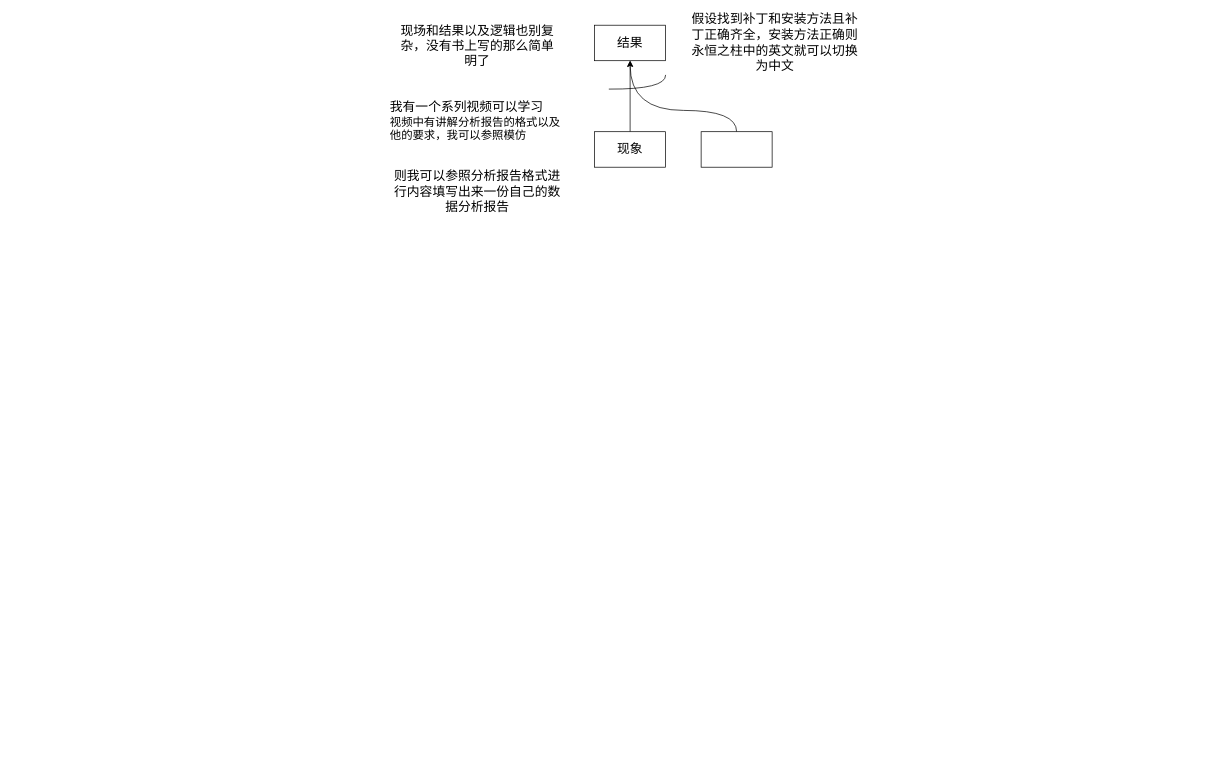
The draw.io diagram Test.drawio in gitpigzhusj/draw.io, before the edit. Source tidied: cells renumbered, new cells numbered last; positions are measured from the earlier drawing's top-left corner, leaving out a move shared by most shapes. Both pictures are drawn from the tidied source at 71%, with x=0, y=0 at pixel (388, 18).
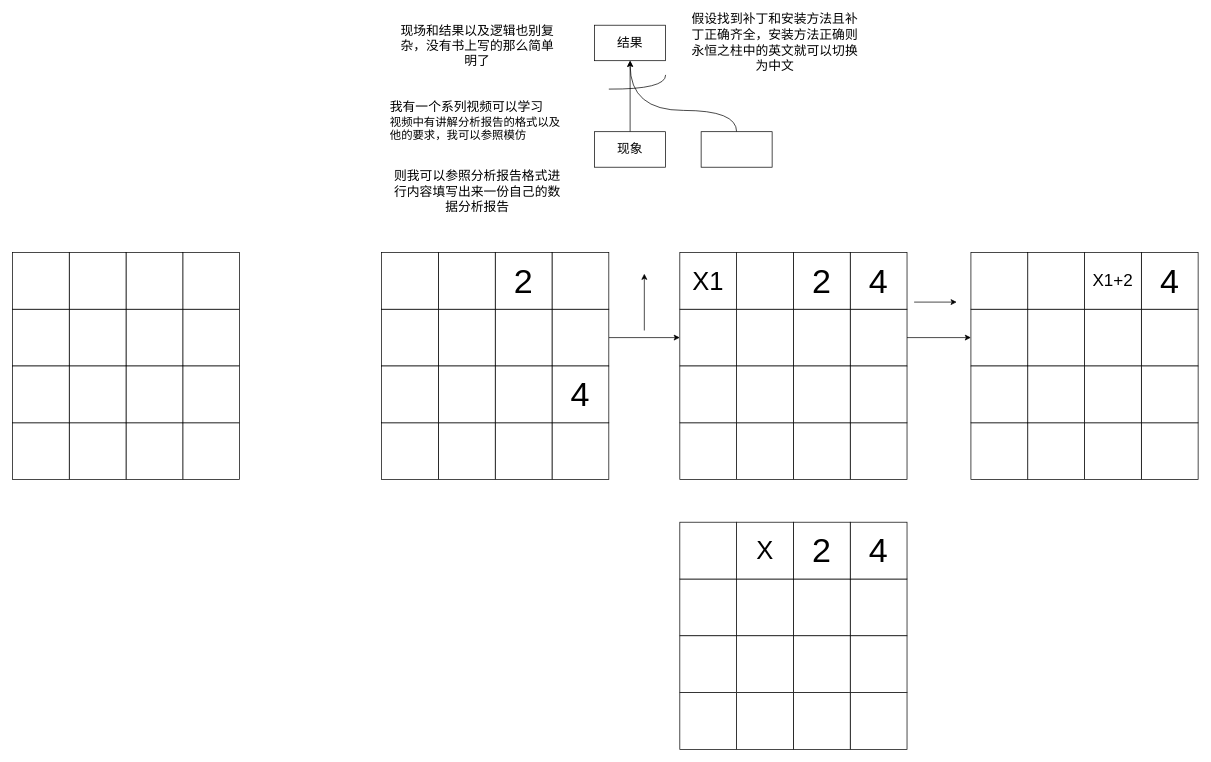
After the change.

What changed in the source:
```diff
@@
+    <mxCell id="12" style="whiteSpace=wrap;html=1;" parent="1" vertex="1">
+      <mxGeometry x="-290" y="570" width="80" height="80" as="geometry" />
+    </mxCell>
+    <mxCell id="13" style="whiteSpace=wrap;html=1;" parent="1" vertex="1">
+      <mxGeometry x="-290" y="410" width="80" height="80" as="geometry" />
+    </mxCell>
+    <mxCell id="14" style="whiteSpace=wrap;html=1;" parent="1" vertex="1">
+      <mxGeometry x="-370" y="410" width="80" height="80" as="geometry" />
+    </mxCell>
+    <mxCell id="15" style="whiteSpace=wrap;html=1;" parent="1" vertex="1">
+      <mxGeometry x="-450" y="410" width="80" height="80" as="geometry" />
+    </mxCell>
+    <mxCell id="16" style="whiteSpace=wrap;html=1;" parent="1" vertex="1">
+      <mxGeometry x="-530" y="410" width="80" height="80" as="geometry" />
+    </mxCell>
+    <mxCell id="17" style="whiteSpace=wrap;html=1;" parent="1" vertex="1">
+      <mxGeometry x="-290" y="330" width="80" height="80" as="geometry" />
+    </mxCell>
+    <mxCell id="18" style="whiteSpace=wrap;html=1;" parent="1" vertex="1">
+      <mxGeometry x="-370" y="330" width="80" height="80" as="geometry" />
+    </mxCell>
+    <mxCell id="19" style="whiteSpace=wrap;html=1;" parent="1" vertex="1">
+      <mxGeometry x="-450" y="330" width="80" height="80" as="geometry" />
+    </mxCell>
+    <mxCell id="20" style="whiteSpace=wrap;html=1;" parent="1" vertex="1">
+      <mxGeometry x="-530" y="330" width="80" height="80" as="geometry" />
+    </mxCell>
+    <mxCell id="21" style="whiteSpace=wrap;html=1;" parent="1" vertex="1">
+      <mxGeometry x="-370" y="570" width="80" height="80" as="geometry" />
+    </mxCell>
+    <mxCell id="22" style="whiteSpace=wrap;html=1;" parent="1" vertex="1">
+      <mxGeometry x="-450" y="570" width="80" height="80" as="geometry" />
+    </mxCell>
+    <mxCell id="23" style="whiteSpace=wrap;html=1;" parent="1" vertex="1">
+      <mxGeometry x="-530" y="570" width="80" height="80" as="geometry" />
+    </mxCell>
+    <mxCell id="24" style="whiteSpace=wrap;html=1;" parent="1" vertex="1">
+      <mxGeometry x="-290" y="490" width="80" height="80" as="geometry" />
+    </mxCell>
+    <mxCell id="25" style="whiteSpace=wrap;html=1;" parent="1" vertex="1">
+      <mxGeometry x="-370" y="490" width="80" height="80" as="geometry" />
+    </mxCell>
+    <mxCell id="26" style="whiteSpace=wrap;html=1;" parent="1" vertex="1">
+      <mxGeometry x="-450" y="490" width="80" height="80" as="geometry" />
+    </mxCell>
+    <mxCell id="27" style="whiteSpace=wrap;html=1;" parent="1" vertex="1">
+      <mxGeometry x="-530" y="490" width="80" height="80" as="geometry" />
+    </mxCell>
+    <mxCell id="28" style="whiteSpace=wrap;html=1;" parent="1" vertex="1">
+      <mxGeometry x="230" y="570" width="80" height="80" as="geometry" />
+    </mxCell>
+    <mxCell id="29" style="edgeStyle=orthogonalEdgeStyle;rounded=0;jettySize=auto;html=1;entryX=0;entryY=0.5;entryDx=0;entryDy=0;" parent="1" edge="1" source="30" target="50">
+      <mxGeometry relative="1" as="geometry" />
+    </mxCell>
+    <mxCell id="30" style="whiteSpace=wrap;html=1;" parent="1" vertex="1">
+      <mxGeometry x="230" y="410" width="80" height="80" as="geometry" />
+    </mxCell>
+    <mxCell id="31" style="whiteSpace=wrap;html=1;" parent="1" vertex="1">
+      <mxGeometry x="150" y="410" width="80" height="80" as="geometry" />
+    </mxCell>
+    <mxCell id="32" style="whiteSpace=wrap;html=1;" parent="1" vertex="1">
+      <mxGeometry x="70" y="410" width="80" height="80" as="geometry" />
+    </mxCell>
+    <mxCell id="33" style="whiteSpace=wrap;html=1;" parent="1" vertex="1">
+      <mxGeometry x="-10" y="410" width="80" height="80" as="geometry" />
+    </mxCell>
+    <mxCell id="34" style="whiteSpace=wrap;html=1;" parent="1" vertex="1">
+      <mxGeometry x="230" y="330" width="80" height="80" as="geometry" />
+    </mxCell>
+    <mxCell id="35" value="&lt;font style=&quot;font-size: 48px;&quot;&gt;2&lt;/font&gt;" style="whiteSpace=wrap;html=1;" parent="1" vertex="1">
+      <mxGeometry x="150" y="330" width="80" height="80" as="geometry" />
+    </mxCell>
+    <mxCell id="36" style="whiteSpace=wrap;html=1;" parent="1" vertex="1">
+      <mxGeometry x="70" y="330" width="80" height="80" as="geometry" />
+    </mxCell>
+    <mxCell id="37" style="whiteSpace=wrap;html=1;" parent="1" vertex="1">
+      <mxGeometry x="-10" y="330" width="80" height="80" as="geometry" />
+    </mxCell>
+    <mxCell id="38" style="whiteSpace=wrap;html=1;" parent="1" vertex="1">
+      <mxGeometry x="150" y="570" width="80" height="80" as="geometry" />
+    </mxCell>
+    <mxCell id="39" style="whiteSpace=wrap;html=1;" parent="1" vertex="1">
+      <mxGeometry x="70" y="570" width="80" height="80" as="geometry" />
+    </mxCell>
+    <mxCell id="40" style="whiteSpace=wrap;html=1;" parent="1" vertex="1">
+      <mxGeometry x="-10" y="570" width="80" height="80" as="geometry" />
+    </mxCell>
+    <mxCell id="41" value="&lt;font style=&quot;font-size: 48px;&quot;&gt;4&lt;/font&gt;" style="whiteSpace=wrap;html=1;" parent="1" vertex="1">
+      <mxGeometry x="230" y="490" width="80" height="80" as="geometry" />
+    </mxCell>
+    <mxCell id="42" style="whiteSpace=wrap;html=1;" parent="1" vertex="1">
+      <mxGeometry x="150" y="490" width="80" height="80" as="geometry" />
+    </mxCell>
+    <mxCell id="43" style="whiteSpace=wrap;html=1;" parent="1" vertex="1">
+      <mxGeometry x="70" y="490" width="80" height="80" as="geometry" />
+    </mxCell>
+    <mxCell id="44" style="whiteSpace=wrap;html=1;" parent="1" vertex="1">
+      <mxGeometry x="-10" y="490" width="80" height="80" as="geometry" />
+    </mxCell>
+    <mxCell id="45" style="whiteSpace=wrap;html=1;" parent="1" vertex="1">
+      <mxGeometry x="650" y="570" width="80" height="80" as="geometry" />
+    </mxCell>
+    <mxCell id="46" style="edgeStyle=orthogonalEdgeStyle;rounded=0;jettySize=auto;html=1;entryX=0;entryY=0.5;entryDx=0;entryDy=0;" parent="1" edge="1" source="47" target="83">
+      <mxGeometry relative="1" as="geometry" />
+    </mxCell>
+    <mxCell id="47" style="whiteSpace=wrap;html=1;" parent="1" vertex="1">
+      <mxGeometry x="650" y="410" width="80" height="80" as="geometry" />
+    </mxCell>
+    <mxCell id="48" style="whiteSpace=wrap;html=1;" parent="1" vertex="1">
+      <mxGeometry x="570" y="410" width="80" height="80" as="geometry" />
+    </mxCell>
+    <mxCell id="49" style="whiteSpace=wrap;html=1;" parent="1" vertex="1">
+      <mxGeometry x="490" y="410" width="80" height="80" as="geometry" />
+    </mxCell>
+    <mxCell id="50" style="whiteSpace=wrap;html=1;" parent="1" vertex="1">
+      <mxGeometry x="410" y="410" width="80" height="80" as="geometry" />
+    </mxCell>
+    <mxCell id="51" value="&lt;font style=&quot;font-size: 48px;&quot;&gt;4&lt;/font&gt;" style="whiteSpace=wrap;html=1;" parent="1" vertex="1">
+      <mxGeometry x="650" y="330" width="80" height="80" as="geometry" />
+    </mxCell>
+    <mxCell id="52" value="&lt;font style=&quot;font-size: 48px;&quot;&gt;2&lt;/font&gt;" style="whiteSpace=wrap;html=1;" parent="1" vertex="1">
+      <mxGeometry x="570" y="330" width="80" height="80" as="geometry" />
+    </mxCell>
+    <mxCell id="53" style="whiteSpace=wrap;html=1;" parent="1" vertex="1">
+      <mxGeometry x="490" y="330" width="80" height="80" as="geometry" />
+    </mxCell>
+    <mxCell id="54" value="&lt;font style=&quot;font-size: 36px;&quot;&gt;X1&lt;/font&gt;" style="whiteSpace=wrap;html=1;" parent="1" vertex="1">
+      <mxGeometry x="410" y="330" width="80" height="80" as="geometry" />
+    </mxCell>
+    <mxCell id="55" style="whiteSpace=wrap;html=1;" parent="1" vertex="1">
+      <mxGeometry x="570" y="570" width="80" height="80" as="geometry" />
+    </mxCell>
+    <mxCell id="56" style="whiteSpace=wrap;html=1;" parent="1" vertex="1">
+      <mxGeometry x="490" y="570" width="80" height="80" as="geometry" />
+    </mxCell>
+    <mxCell id="57" style="whiteSpace=wrap;html=1;" parent="1" vertex="1">
+      <mxGeometry x="410" y="570" width="80" height="80" as="geometry" />
+    </mxCell>
+    <mxCell id="58" style="whiteSpace=wrap;html=1;" parent="1" vertex="1">
+      <mxGeometry x="650" y="490" width="80" height="80" as="geometry" />
+    </mxCell>
+    <mxCell id="59" style="whiteSpace=wrap;html=1;" parent="1" vertex="1">
+      <mxGeometry x="570" y="490" width="80" height="80" as="geometry" />
+    </mxCell>
+    <mxCell id="60" style="whiteSpace=wrap;html=1;" parent="1" vertex="1">
+      <mxGeometry x="490" y="490" width="80" height="80" as="geometry" />
+    </mxCell>
+    <mxCell id="61" style="whiteSpace=wrap;html=1;" parent="1" vertex="1">
+      <mxGeometry x="410" y="490" width="80" height="80" as="geometry" />
+    </mxCell>
+    <mxCell id="62" style="whiteSpace=wrap;html=1;" parent="1" vertex="1">
+      <mxGeometry x="650" y="950" width="80" height="80" as="geometry" />
+    </mxCell>
+    <mxCell id="63" style="whiteSpace=wrap;html=1;" parent="1" vertex="1">
+      <mxGeometry x="650" y="790" width="80" height="80" as="geometry" />
+    </mxCell>
+    <mxCell id="64" style="whiteSpace=wrap;html=1;" parent="1" vertex="1">
+      <mxGeometry x="570" y="790" width="80" height="80" as="geometry" />
+    </mxCell>
+    <mxCell id="65" style="whiteSpace=wrap;html=1;" parent="1" vertex="1">
+      <mxGeometry x="490" y="790" width="80" height="80" as="geometry" />
+    </mxCell>
+    <mxCell id="66" style="whiteSpace=wrap;html=1;" parent="1" vertex="1">
+      <mxGeometry x="410" y="790" width="80" height="80" as="geometry" />
+    </mxCell>
+    <mxCell id="67" value="&lt;font style=&quot;font-size: 48px;&quot;&gt;4&lt;/font&gt;" style="whiteSpace=wrap;html=1;" parent="1" vertex="1">
+      <mxGeometry x="650" y="710" width="80" height="80" as="geometry" />
+    </mxCell>
+    <mxCell id="68" value="&lt;font style=&quot;font-size: 48px;&quot;&gt;2&lt;/font&gt;" style="whiteSpace=wrap;html=1;" parent="1" vertex="1">
+      <mxGeometry x="570" y="710" width="80" height="80" as="geometry" />
+    </mxCell>
+    <mxCell id="69" value="&lt;font style=&quot;font-size: 36px;&quot;&gt;X&lt;/font&gt;" style="whiteSpace=wrap;html=1;" parent="1" vertex="1">
+      <mxGeometry x="490" y="710" width="80" height="80" as="geometry" />
+    </mxCell>
+    <mxCell id="70" style="whiteSpace=wrap;html=1;" parent="1" vertex="1">
+      <mxGeometry x="410" y="710" width="80" height="80" as="geometry" />
+    </mxCell>
+    <mxCell id="71" style="whiteSpace=wrap;html=1;" parent="1" vertex="1">
+      <mxGeometry x="570" y="950" width="80" height="80" as="geometry" />
+    </mxCell>
+    <mxCell id="72" style="whiteSpace=wrap;html=1;" parent="1" vertex="1">
+      <mxGeometry x="490" y="950" width="80" height="80" as="geometry" />
+    </mxCell>
+    <mxCell id="73" style="whiteSpace=wrap;html=1;" parent="1" vertex="1">
+      <mxGeometry x="410" y="950" width="80" height="80" as="geometry" />
+    </mxCell>
+    <mxCell id="74" style="whiteSpace=wrap;html=1;" parent="1" vertex="1">
+      <mxGeometry x="650" y="870" width="80" height="80" as="geometry" />
+    </mxCell>
+    <mxCell id="75" style="whiteSpace=wrap;html=1;" parent="1" vertex="1">
+      <mxGeometry x="570" y="870" width="80" height="80" as="geometry" />
+    </mxCell>
+    <mxCell id="76" style="whiteSpace=wrap;html=1;" parent="1" vertex="1">
+      <mxGeometry x="490" y="870" width="80" height="80" as="geometry" />
+    </mxCell>
+    <mxCell id="77" style="whiteSpace=wrap;html=1;" parent="1" vertex="1">
+      <mxGeometry x="410" y="870" width="80" height="80" as="geometry" />
+    </mxCell>
+    <mxCell id="78" style="endArrow=classic;html=1;rounded=0;" parent="1" edge="1">
+      <mxGeometry relative="1" as="geometry">
+        <mxPoint x="360" y="440" as="sourcePoint" />
+        <mxPoint x="360" y="360" as="targetPoint" />
+      </mxGeometry>
+    </mxCell>
+    <mxCell id="79" style="whiteSpace=wrap;html=1;" parent="1" vertex="1">
+      <mxGeometry x="1060" y="570" width="80" height="80" as="geometry" />
+    </mxCell>
+    <mxCell id="80" style="whiteSpace=wrap;html=1;" parent="1" vertex="1">
+      <mxGeometry x="1060" y="410" width="80" height="80" as="geometry" />
+    </mxCell>
+    <mxCell id="81" style="whiteSpace=wrap;html=1;" parent="1" vertex="1">
+      <mxGeometry x="980" y="410" width="80" height="80" as="geometry" />
+    </mxCell>
+    <mxCell id="82" style="whiteSpace=wrap;html=1;" parent="1" vertex="1">
+      <mxGeometry x="900" y="410" width="80" height="80" as="geometry" />
+    </mxCell>
+    <mxCell id="83" style="whiteSpace=wrap;html=1;" parent="1" vertex="1">
+      <mxGeometry x="820" y="410" width="80" height="80" as="geometry" />
+    </mxCell>
+    <mxCell id="84" value="&lt;font style=&quot;font-size: 48px;&quot;&gt;4&lt;/font&gt;" style="whiteSpace=wrap;html=1;" parent="1" vertex="1">
+      <mxGeometry x="1060" y="330" width="80" height="80" as="geometry" />
+    </mxCell>
+    <mxCell id="85" value="&lt;font style=&quot;font-size: 24px;&quot;&gt;X1+2&lt;/font&gt;" style="whiteSpace=wrap;html=1;" parent="1" vertex="1">
+      <mxGeometry x="980" y="330" width="80" height="80" as="geometry" />
+    </mxCell>
+    <mxCell id="86" style="whiteSpace=wrap;html=1;" parent="1" vertex="1">
+      <mxGeometry x="900" y="330" width="80" height="80" as="geometry" />
+    </mxCell>
+    <mxCell id="87" style="whiteSpace=wrap;html=1;" parent="1" vertex="1">
+      <mxGeometry x="820" y="330" width="80" height="80" as="geometry" />
+    </mxCell>
+    <mxCell id="88" style="whiteSpace=wrap;html=1;" parent="1" vertex="1">
+      <mxGeometry x="980" y="570" width="80" height="80" as="geometry" />
+    </mxCell>
+    <mxCell id="89" style="whiteSpace=wrap;html=1;" parent="1" vertex="1">
+      <mxGeometry x="900" y="570" width="80" height="80" as="geometry" />
+    </mxCell>
+    <mxCell id="90" style="whiteSpace=wrap;html=1;" parent="1" vertex="1">
+      <mxGeometry x="820" y="570" width="80" height="80" as="geometry" />
+    </mxCell>
+    <mxCell id="91" style="whiteSpace=wrap;html=1;" parent="1" vertex="1">
+      <mxGeometry x="1060" y="490" width="80" height="80" as="geometry" />
+    </mxCell>
+    <mxCell id="92" style="whiteSpace=wrap;html=1;" parent="1" vertex="1">
+      <mxGeometry x="980" y="490" width="80" height="80" as="geometry" />
+    </mxCell>
+    <mxCell id="93" style="whiteSpace=wrap;html=1;" parent="1" vertex="1">
+      <mxGeometry x="900" y="490" width="80" height="80" as="geometry" />
+    </mxCell>
+    <mxCell id="94" style="whiteSpace=wrap;html=1;" parent="1" vertex="1">
+      <mxGeometry x="820" y="490" width="80" height="80" as="geometry" />
+    </mxCell>
+    <mxCell id="95" style="endArrow=classic;html=1;rounded=0;" parent="1" edge="1">
+      <mxGeometry relative="1" as="geometry">
+        <mxPoint x="740" y="400" as="sourcePoint" />
+        <mxPoint x="800" y="400" as="targetPoint" />
+      </mxGeometry>
+    </mxCell>
```
